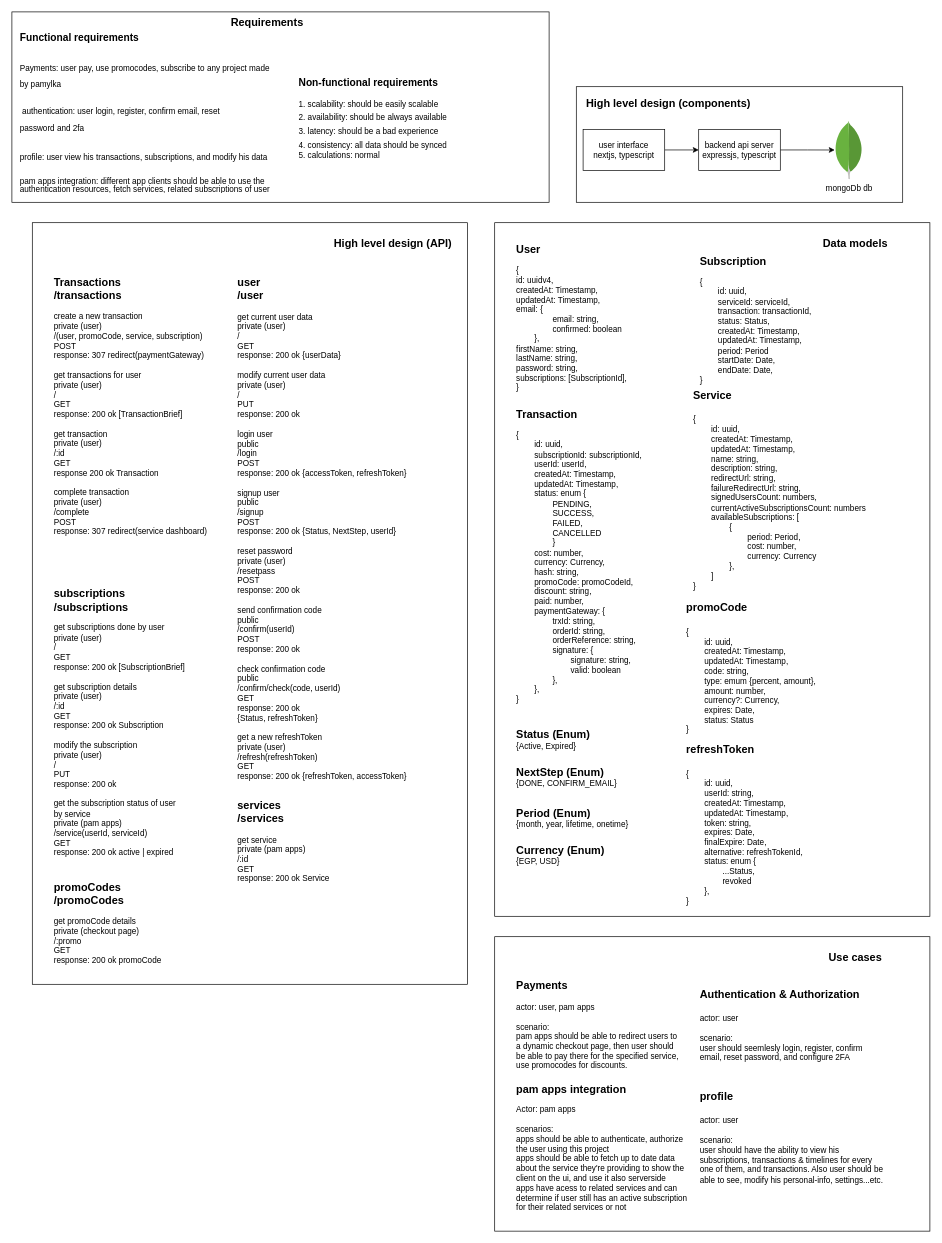
Before: page "high-level" (1 of 3) of pamylka - general.drawio in ahmed-elbehairy7/pamylka-system-design, a draw.io diagram. Source tidied: cells renumbered, new cells numbered last; positions are measured from the earlier drawing's top-left corner, leaving out a move shared by most shapes. Both pictures are drawn from the tidied source at 68%, with x=0, y=0 at pixel (12, 12).
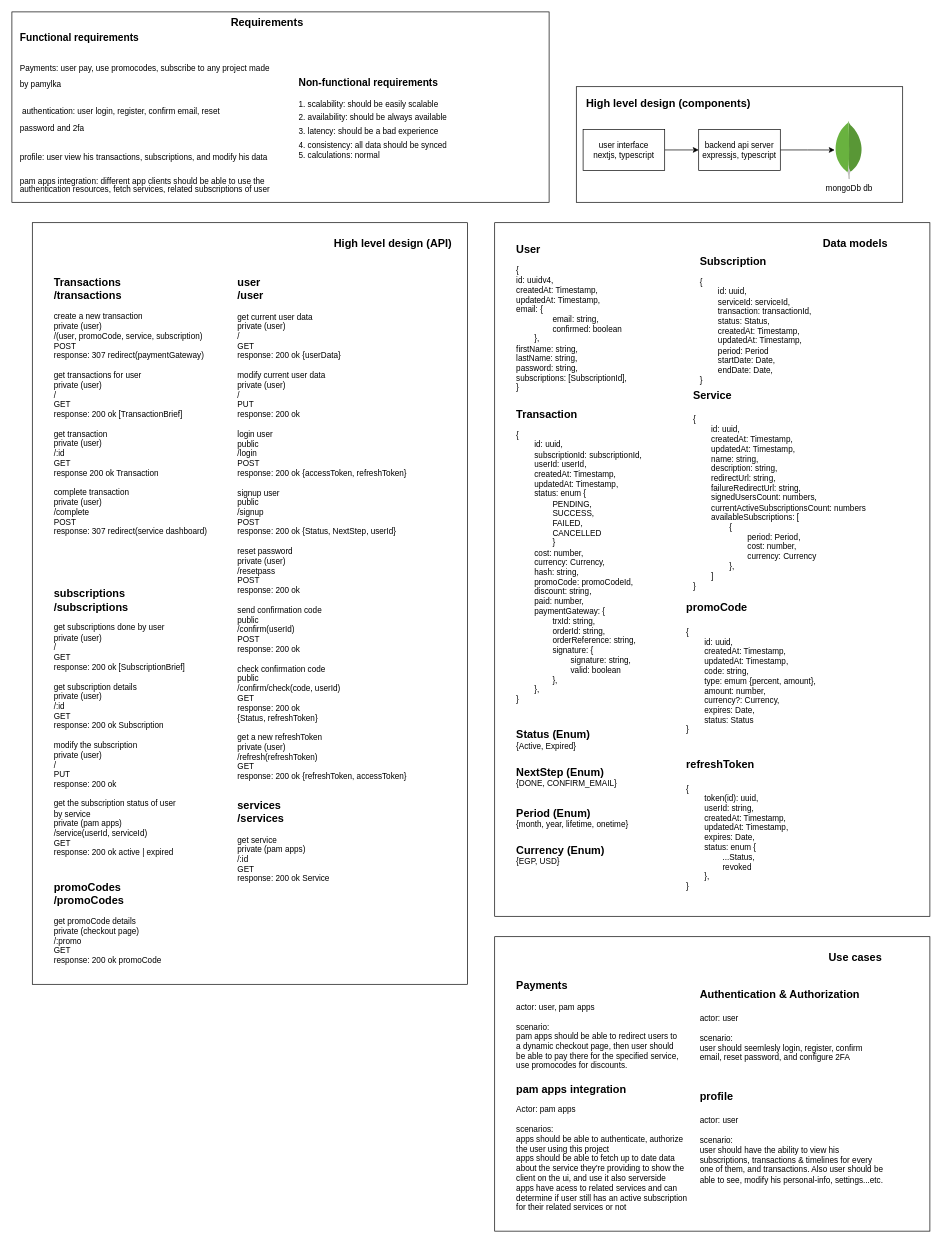
The same diagram, later.

Unchanged cells that the change refers to:
```xml
<mxCell id="22" style="group;" parent="1" vertex="1">
  <mxGeometry x="710" y="310" width="640" height="1020" as="geometry" />
</mxCell>
```

Diff of the diagram source:
```diff
@@
-    <mxCell id="33" value="&lt;div&gt;&lt;span style=&quot;font-size: 16px;&quot;&gt;&lt;b&gt;refreshToken&lt;/b&gt;&lt;/span&gt;&lt;/div&gt;&lt;div&gt;&lt;span style=&quot;font-size: 16px;&quot;&gt;&lt;b&gt;&lt;br&gt;&lt;/b&gt;&lt;/span&gt;&lt;/div&gt;&lt;div&gt;{&lt;/div&gt;&lt;div&gt;&lt;span style=&quot;white-space: pre;&quot;&gt;&#9;&lt;/span&gt;id: uuid,&lt;br&gt;&lt;/div&gt;&lt;div&gt;&lt;span style=&quot;white-space: pre;&quot;&gt;&#9;&lt;/span&gt;userId: string,&lt;/div&gt;&lt;div&gt;&lt;span style=&quot;white-space: pre;&quot;&gt;&#9;&lt;/span&gt;createdAt: Timestamp,&lt;br&gt;&lt;/div&gt;&lt;div&gt;&lt;span style=&quot;white-space: pre;&quot;&gt;&#9;&lt;/span&gt;updatedAt: Timestamp,&lt;br&gt;&lt;/div&gt;&lt;div&gt;&lt;span style=&quot;white-space: pre;&quot;&gt;&#9;&lt;/span&gt;token: string,&lt;/div&gt;&lt;div&gt;&lt;span style=&quot;white-space: pre;&quot;&gt;&#9;&lt;/span&gt;expires: Date,&lt;br&gt;&lt;/div&gt;&lt;div&gt;&lt;span style=&quot;white-space: pre;&quot;&gt;&#9;&lt;/span&gt;finalExpire: Date,&lt;/div&gt;&lt;div&gt;&lt;span style=&quot;white-space: pre;&quot;&gt;&#9;&lt;/span&gt;alternative: refreshTokenId,&lt;br&gt;&lt;/div&gt;&lt;div&gt;&lt;span style=&quot;white-space: pre;&quot;&gt;&#9;&lt;/span&gt;status: enum {&lt;/div&gt;&lt;div&gt;&lt;span style=&quot;white-space: pre;&quot;&gt;&#9;&lt;/span&gt;&lt;span style=&quot;white-space: pre;&quot;&gt;&#9;&lt;/span&gt;...Status,&amp;nbsp;&lt;/div&gt;&lt;div&gt;&lt;span style=&quot;white-space: pre;&quot;&gt;&#9;&lt;/span&gt;&lt;span style=&quot;white-space: pre;&quot;&gt;&#9;&lt;/span&gt;revoked&lt;/div&gt;&lt;div&gt;&lt;span style=&quot;white-space: pre;&quot;&gt;&#9;&lt;/span&gt;},&lt;/div&gt;&lt;div&gt;}&lt;/div&gt;" style="text;html=1;align=left;verticalAlign=middle;strokeColor=none;fillColor=none;" parent="22" vertex="1">
-      <mxGeometry x="280" y="760" width="190" height="250" as="geometry" />
+    <mxCell id="33" value="&lt;div&gt;&lt;span style=&quot;font-size: 16px;&quot;&gt;&lt;b&gt;refreshToken&lt;/b&gt;&lt;/span&gt;&lt;/div&gt;&lt;div&gt;&lt;span style=&quot;font-size: 16px;&quot;&gt;&lt;b&gt;&lt;br&gt;&lt;/b&gt;&lt;/span&gt;&lt;/div&gt;&lt;div&gt;{&lt;/div&gt;&lt;div&gt;&lt;span style=&quot;white-space: pre;&quot;&gt;&#9;&lt;/span&gt;token(id): uuid,&lt;br&gt;&lt;/div&gt;&lt;div&gt;&lt;span style=&quot;white-space: pre;&quot;&gt;&#9;&lt;/span&gt;userId: string,&lt;/div&gt;&lt;div&gt;&lt;span style=&quot;white-space: pre;&quot;&gt;&#9;&lt;/span&gt;createdAt: Timestamp,&lt;br&gt;&lt;/div&gt;&lt;div&gt;&lt;span style=&quot;white-space: pre;&quot;&gt;&#9;&lt;/span&gt;updatedAt: Timestamp,&lt;br&gt;&lt;/div&gt;&lt;div&gt;&lt;span style=&quot;background-color: transparent; color: light-dark(rgb(0, 0, 0), rgb(255, 255, 255)); white-space-collapse: preserve;&quot;&gt;&#9;&lt;/span&gt;&lt;span style=&quot;background-color: transparent; color: light-dark(rgb(0, 0, 0), rgb(255, 255, 255));&quot;&gt;expires: Date,&lt;/span&gt;&lt;/div&gt;&lt;div&gt;&lt;span style=&quot;background-color: transparent; color: light-dark(rgb(0, 0, 0), rgb(255, 255, 255)); white-space-collapse: preserve;&quot;&gt;&#9;&lt;/span&gt;&lt;span style=&quot;background-color: transparent; color: light-dark(rgb(0, 0, 0), rgb(255, 255, 255));&quot;&gt;status: enum {&lt;/span&gt;&lt;/div&gt;&lt;div&gt;&lt;span style=&quot;white-space: pre;&quot;&gt;&#9;&lt;/span&gt;&lt;span style=&quot;white-space: pre;&quot;&gt;&#9;&lt;/span&gt;...Status,&amp;nbsp;&lt;/div&gt;&lt;div&gt;&lt;span style=&quot;white-space: pre;&quot;&gt;&#9;&lt;/span&gt;&lt;span style=&quot;white-space: pre;&quot;&gt;&#9;&lt;/span&gt;revoked&lt;/div&gt;&lt;div&gt;&lt;span style=&quot;white-space: pre;&quot;&gt;&#9;&lt;/span&gt;},&lt;/div&gt;&lt;div&gt;}&lt;/div&gt;" style="text;html=1;align=left;verticalAlign=middle;strokeColor=none;fillColor=none;" parent="22" vertex="1">
+      <mxGeometry x="280" y="780" width="170" height="210" as="geometry" />
     </mxCell>
```
